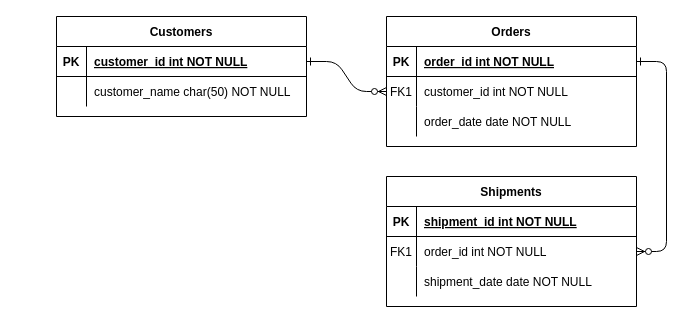
MolnAtt/rajz keeps this draw.io diagram as szlgcmsdb.drawio. Above is the earlier version. Source tidied: cells renumbered, new cells numbered last; positions are measured from the earlier drawing's top-left corner, leaving out a move shared by most shapes. Both pictures are drawn from the tidied source at 100%, with x=0, y=0 at pixel (56, 16).
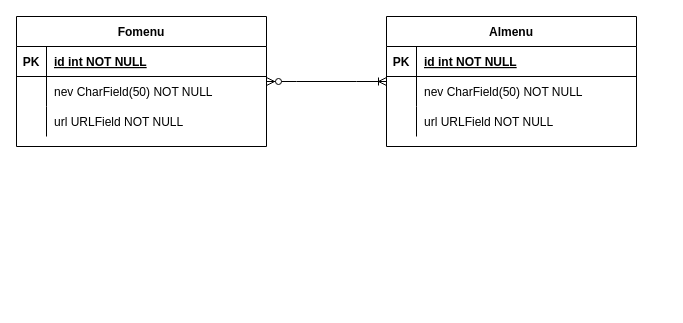
After the change.

The change refers to these unchanged cells:
```xml
<mxCell id="5" style="shape=partialRectangle;fillColor=none;points=[[0,0.5],[1,0.5]];portConstraint=eastwest;top=0;left=0;right=0;bottom=1;" parent="4" vertex="1">
  <mxGeometry y="30" width="250" height="30" as="geometry" />
</mxCell>
<mxCell id="8" style="shape=partialRectangle;fillColor=none;points=[[0,0.5],[1,0.5]];portConstraint=eastwest;top=0;left=0;right=0;bottom=0;" parent="4" vertex="1">
  <mxGeometry y="60" width="250" height="30" as="geometry" />
</mxCell>
<mxCell id="11" style="shape=partialRectangle;fillColor=none;top=0;left=0;right=0;bottom=0;" parent="4" vertex="1">
  <mxGeometry y="90" width="250" height="30" as="geometry" />
</mxCell>
```

Change to the diagram source:
```diff
@@
-    <mxCell id="2" style="edgeStyle=entityRelationEdgeStyle;endArrow=ERzeroToMany;startArrow=ERone;endFill=1;startFill=0;" parent="1" edge="1" source="25" target="8">
-      <mxGeometry relative="1" as="geometry" />
-    </mxCell>
-    <mxCell id="3" style="edgeStyle=entityRelationEdgeStyle;endArrow=ERzeroToMany;startArrow=ERone;endFill=1;startFill=0;" parent="1" edge="1" source="5" target="18">
-      <mxGeometry relative="1" as="geometry" />
-    </mxCell>
-    <mxCell id="4" value="Orders" style="shape=table;startSize=30;childLayout=tableLayout;rowLines=0;fontStyle=1;align=center;" parent="1" vertex="1">
+    <mxCell id="4" value="Almenu" style="shape=table;startSize=30;childLayout=tableLayout;rowLines=0;fontStyle=1;align=center;" parent="1" vertex="1">
       <mxGeometry x="330" width="250" height="130" as="geometry" />
     </mxCell>
@@
-    <mxCell id="7" value="order_id int NOT NULL " style="shape=partialRectangle;overflow=hidden;fillColor=none;top=0;left=0;bottom=0;right=0;align=left;spacingLeft=6;fontStyle=5;" parent="5" vertex="1">
+    <mxCell id="7" value="id int NOT NULL " style="shape=partialRectangle;overflow=hidden;fillColor=none;top=0;left=0;bottom=0;right=0;align=left;spacingLeft=6;fontStyle=5;" parent="5" vertex="1">
       <mxGeometry x="30" width="220" height="30" as="geometry" />
     </mxCell>
@@
-    <mxCell id="9" value="FK1" style="shape=partialRectangle;overflow=hidden;fillColor=none;top=0;left=0;bottom=0;right=0;" parent="8" vertex="1">
+    <mxCell id="9" style="shape=partialRectangle;overflow=hidden;fillColor=none;top=0;left=0;bottom=0;right=0;" parent="8" vertex="1">
       <mxGeometry width="30" height="30" as="geometry" />
     </mxCell>
-    <mxCell id="10" value="customer_id int NOT NULL" style="shape=partialRectangle;overflow=hidden;fillColor=none;top=0;left=0;bottom=0;right=0;align=left;spacingLeft=6;" parent="8" vertex="1">
+    <mxCell id="10" value="nev CharField(50) NOT NULL" style="shape=partialRectangle;overflow=hidden;fillColor=none;top=0;left=0;bottom=0;right=0;align=left;spacingLeft=6;" parent="8" vertex="1">
       <mxGeometry x="30" width="220" height="30" as="geometry" />
     </mxCell>
@@
-    <mxCell id="13" value="order_date date NOT NULL" style="shape=partialRectangle;overflow=hidden;fillColor=none;top=0;left=0;bottom=0;right=0;align=left;spacingLeft=6;" parent="11" vertex="1">
+    <mxCell id="13" value="url URLField NOT NULL" style="shape=partialRectangle;overflow=hidden;fillColor=none;top=0;left=0;bottom=0;right=0;align=left;spacingLeft=6;" parent="11" vertex="1">
       <mxGeometry x="30" width="220" height="30" as="geometry" />
     </mxCell>
-    <mxCell id="14" value="Shipments" style="shape=table;startSize=30;childLayout=tableLayout;rowLines=0;fontStyle=1;align=center;" parent="1" vertex="1">
-      <mxGeometry x="330" y="160" width="250" height="130" as="geometry" />
-    </mxCell>
-    <mxCell id="15" style="shape=partialRectangle;fillColor=none;top=0;left=0;right=0;bottom=1;" parent="14" vertex="1">
-      <mxGeometry y="30" width="250" height="30" as="geometry" />
-    </mxCell>
-    <mxCell id="16" value="PK" style="shape=partialRectangle;overflow=hidden;fillColor=none;top=0;left=0;bottom=0;right=0;fontStyle=1;" parent="15" vertex="1">
-      <mxGeometry width="30" height="30" as="geometry" />
-    </mxCell>
-    <mxCell id="17" value="shipment_id int NOT NULL " style="shape=partialRectangle;overflow=hidden;fillColor=none;top=0;left=0;bottom=0;right=0;align=left;spacingLeft=6;fontStyle=5;" parent="15" vertex="1">
-      <mxGeometry x="30" width="220" height="30" as="geometry" />
-    </mxCell>
-    <mxCell id="18" style="shape=partialRectangle;fillColor=none;points=[[0,0.5],[1,0.5]];portConstraint=eastwest;top=0;left=0;right=0;bottom=0;" parent="14" vertex="1">
-      <mxGeometry y="60" width="250" height="30" as="geometry" />
-    </mxCell>
-    <mxCell id="19" value="FK1" style="shape=partialRectangle;overflow=hidden;fillColor=none;top=0;left=0;bottom=0;right=0;" parent="18" vertex="1">
-      <mxGeometry width="30" height="30" as="geometry" />
-    </mxCell>
-    <mxCell id="20" value="order_id int NOT NULL" style="shape=partialRectangle;overflow=hidden;fillColor=none;top=0;left=0;bottom=0;right=0;align=left;spacingLeft=6;" parent="18" vertex="1">
-      <mxGeometry x="30" width="220" height="30" as="geometry" />
-    </mxCell>
+    <mxCell id="31" style="edgeStyle=entityRelationEdgeStyle;fontSize=12;html=1;endArrow=ERoneToMany;startArrow=ERzeroToMany;rounded=0;" parent="1" edge="1" source="32" target="4">
+      <mxGeometry relative="1" as="geometry" />
+    </mxCell>
+    <mxCell id="32" value="Fomenu" style="shape=table;startSize=30;childLayout=tableLayout;rowLines=0;fontStyle=1;align=center;" parent="1" vertex="1">
+      <mxGeometry x="-40" width="250" height="130" as="geometry" />
+    </mxCell>
+    <mxCell id="33" style="shape=partialRectangle;fillColor=none;top=0;left=0;right=0;bottom=1;" parent="32" vertex="1">
+      <mxGeometry y="30" width="250" height="30" as="geometry" />
+    </mxCell>
+    <mxCell id="34" value="PK" style="shape=partialRectangle;overflow=hidden;fillColor=none;top=0;left=0;bottom=0;right=0;fontStyle=1;" parent="33" vertex="1">
+      <mxGeometry width="30" height="30" as="geometry" />
+    </mxCell>
+    <mxCell id="35" value="id int NOT NULL " style="shape=partialRectangle;overflow=hidden;fillColor=none;top=0;left=0;bottom=0;right=0;align=left;spacingLeft=6;fontStyle=5;" parent="33" vertex="1">
+      <mxGeometry x="30" width="220" height="30" as="geometry" />
+    </mxCell>
+    <mxCell id="36" style="shape=partialRectangle;fillColor=none;top=0;left=0;right=0;bottom=0;" parent="32" vertex="1">
+      <mxGeometry y="60" width="250" height="30" as="geometry" />
+    </mxCell>
+    <mxCell id="37" style="shape=partialRectangle;overflow=hidden;fillColor=none;top=0;left=0;bottom=0;right=0;" parent="36" vertex="1">
+      <mxGeometry width="30" height="30" as="geometry" />
+    </mxCell>
+    <mxCell id="38" value="nev CharField(50) NOT NULL" style="shape=partialRectangle;overflow=hidden;fillColor=none;top=0;left=0;bottom=0;right=0;align=left;spacingLeft=6;" parent="36" vertex="1">
+      <mxGeometry x="30" width="220" height="30" as="geometry" />
+    </mxCell>
-    <mxCell id="21" style="shape=partialRectangle;fillColor=none;top=0;left=0;right=0;bottom=0;" parent="14" vertex="1">
+    <mxCell id="21" style="shape=partialRectangle;fillColor=none;top=0;left=0;right=0;bottom=0;" parent="32" vertex="1">
       <mxGeometry y="90" width="250" height="30" as="geometry" />
     </mxCell>
-    <mxCell id="22" style="shape=partialRectangle;overflow=hidden;fillColor=none;top=0;left=0;bottom=0;right=0;" parent="21" vertex="1">
-      <mxGeometry width="30" height="30" as="geometry" />
-    </mxCell>
-    <mxCell id="23" value="shipment_date date NOT NULL" style="shape=partialRectangle;overflow=hidden;fillColor=none;top=0;left=0;bottom=0;right=0;align=left;spacingLeft=6;" parent="21" vertex="1">
-      <mxGeometry x="30" width="220" height="30" as="geometry" />
-    </mxCell>
-    <mxCell id="24" value="Customers" style="shape=table;startSize=30;childLayout=tableLayout;rowLines=0;fontStyle=1;align=center;" parent="1" vertex="1">
-      <mxGeometry width="250" height="100" as="geometry" />
-    </mxCell>
-    <mxCell id="25" style="shape=partialRectangle;fillColor=none;points=[[0,0.5],[1,0.5]];portConstraint=eastwest;top=0;left=0;right=0;bottom=1;" parent="24" vertex="1">
-      <mxGeometry y="30" width="250" height="30" as="geometry" />
-    </mxCell>
-    <mxCell id="26" value="PK" style="shape=partialRectangle;overflow=hidden;fillColor=none;top=0;left=0;bottom=0;right=0;fontStyle=1;" parent="25" vertex="1">
-      <mxGeometry width="30" height="30" as="geometry" />
-    </mxCell>
-    <mxCell id="27" value="customer_id int NOT NULL " style="shape=partialRectangle;overflow=hidden;fillColor=none;top=0;left=0;bottom=0;right=0;align=left;spacingLeft=6;fontStyle=5;" parent="25" vertex="1">
-      <mxGeometry x="30" width="220" height="30" as="geometry" />
-    </mxCell>
-    <mxCell id="28" style="shape=partialRectangle;fillColor=none;top=0;left=0;right=0;bottom=0;" parent="24" vertex="1">
-      <mxGeometry y="60" width="250" height="30" as="geometry" />
-    </mxCell>
-    <mxCell id="29" style="shape=partialRectangle;overflow=hidden;fillColor=none;top=0;left=0;bottom=0;right=0;" parent="28" vertex="1">
-      <mxGeometry width="30" height="30" as="geometry" />
-    </mxCell>
-    <mxCell id="30" value="customer_name char(50) NOT NULL" style="shape=partialRectangle;overflow=hidden;fillColor=none;top=0;left=0;bottom=0;right=0;align=left;spacingLeft=6;" parent="28" vertex="1">
-      <mxGeometry x="30" width="220" height="30" as="geometry" />
-    </mxCell>
+    <mxCell id="39" style="shape=partialRectangle;overflow=hidden;fillColor=none;top=0;left=0;bottom=0;right=0;" parent="21" vertex="1">
+      <mxGeometry width="30" height="30" as="geometry" />
+    </mxCell>
+    <mxCell id="40" value="url URLField NOT NULL" style="shape=partialRectangle;overflow=hidden;fillColor=none;top=0;left=0;bottom=0;right=0;align=left;spacingLeft=6;" parent="21" vertex="1">
+      <mxGeometry x="30" width="220" height="30" as="geometry" />
+    </mxCell>
```
